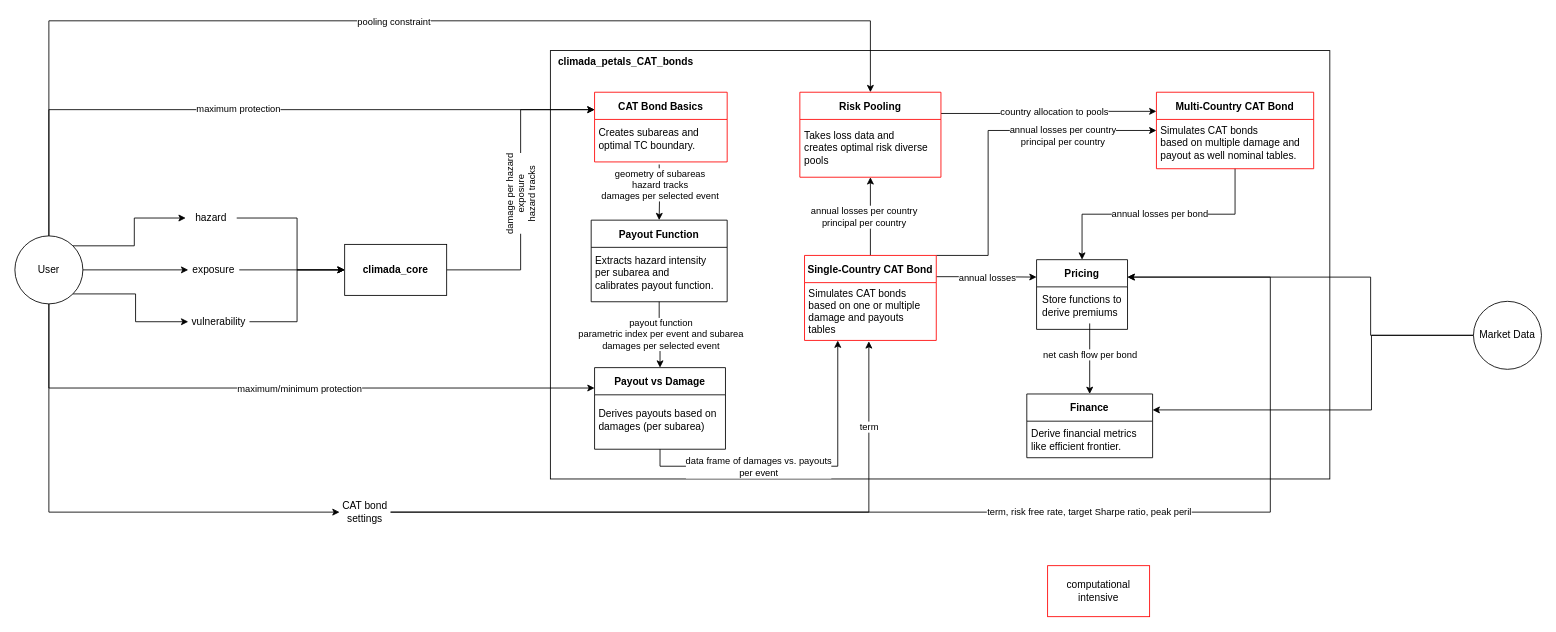
The draw.io diagram data_flow_climada_petals.drawio in KaiOBerg/master_thesis_cat_bonds, before the edit. Source tidied: cells renumbered, new cells numbered last; positions are measured from the earlier drawing's top-left corner, leaving out a move shared by most shapes. Both pictures are drawn from the tidied source at 85%, with x=0, y=0 at pixel (14, 20).
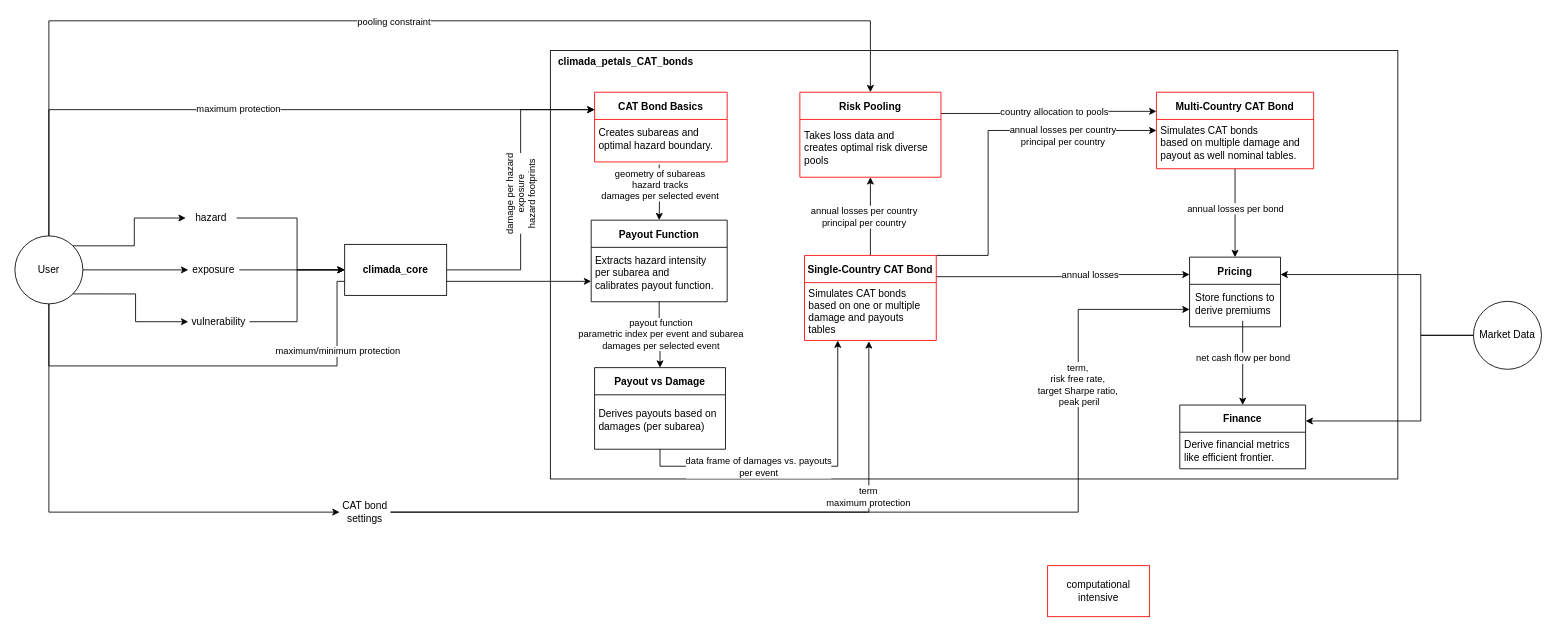
The same diagram, later.

The change refers to these unchanged cells:
```xml
<mxCell id="13" value="User" style="ellipse;whiteSpace=wrap;html=1;" parent="1" vertex="1">
  <mxGeometry y="253" width="80" height="80" as="geometry" />
</mxCell>
<mxCell id="27" style="edgeStyle=orthogonalEdgeStyle;rounded=0;jettySize=auto;html=1;entryX=0;entryY=0.25;entryDx=0;entryDy=0;" parent="1" edge="1" source="29" target="38">
  <mxGeometry relative="1" as="geometry" />
</mxCell>
<mxCell id="30" style="edgeStyle=orthogonalEdgeStyle;rounded=0;jettySize=auto;html=1;exitX=0.5;exitY=1;exitDx=0;exitDy=0;entryX=0.5;entryY=0;entryDx=0;entryDy=0;" parent="1" edge="1" source="56" target="32">
  <mxGeometry relative="1" as="geometry" />
</mxCell>
<mxCell id="36" value="Payout vs Damage" style="swimlane;startSize=32;align=center;" parent="1" vertex="1">
  <mxGeometry x="682" y="408" width="154" height="96" as="geometry" />
</mxCell>
<mxCell id="38" value="CAT Bond Basics" style="swimlane;startSize=32;align=center;strokeColor=#FF0000;" parent="1" vertex="1">
  <mxGeometry x="682" y="84" width="156" height="82" as="geometry" />
</mxCell>
<mxCell id="48" value="CAT bond settings" style="text;html=1;align=center;verticalAlign=middle;whiteSpace=wrap;rounded=0;" parent="1" vertex="1">
  <mxGeometry x="382" y="563" width="60" height="30" as="geometry" />
</mxCell>
<mxCell id="49" style="edgeStyle=orthogonalEdgeStyle;rounded=0;jettySize=auto;html=1;exitX=1;exitY=0.5;exitDx=0;exitDy=0;entryX=0.475;entryY=1.015;entryDx=0;entryDy=0;entryPerimeter=0;" parent="1" edge="1" source="48" target="26">
  <mxGeometry relative="1" as="geometry" />
</mxCell>
<mxCell id="61" value="Payout Function" style="swimlane;startSize=32;align=center;" parent="1" vertex="1">
  <mxGeometry x="678" y="234.5" width="160" height="96" as="geometry" />
</mxCell>
<mxCell id="67" value="Market Data" style="ellipse;whiteSpace=wrap;html=1;" parent="1" vertex="1">
  <mxGeometry x="1716" y="330" width="80" height="80" as="geometry" />
</mxCell>
```

The edit, as a diff of the source:
```diff
@@
     <mxCell id="2" style="rounded=0;whiteSpace=wrap;html=1;fillColor=none;align=center;labelPosition=center;verticalLabelPosition=top;verticalAlign=middle;" parent="1" vertex="1">
-      <mxGeometry x="630" y="35" width="917" height="504" as="geometry" />
+      <mxGeometry x="630" y="35" width="997" height="504" as="geometry" />
     </mxCell>
@@
-    <mxCell id="9" style="edgeStyle=orthogonalEdgeStyle;rounded=0;jettySize=auto;html=1;exitX=0.5;exitY=1;exitDx=0;exitDy=0;entryX=0;entryY=0.25;entryDx=0;entryDy=0;" parent="1" edge="1" source="13" target="36">
-      <mxGeometry relative="1" as="geometry" />
+    <mxCell id="9" style="edgeStyle=orthogonalEdgeStyle;rounded=0;jettySize=auto;html=1;exitX=0.5;exitY=1;exitDx=0;exitDy=0;entryX=0;entryY=0.75;entryDx=0;entryDy=0;" parent="1" edge="1" source="13" target="61">
+      <mxGeometry relative="1" as="geometry">
+        <Array as="points">
+          <mxPoint x="40" y="406" />
+          <mxPoint x="379" y="406" />
+          <mxPoint x="379" y="306" />
+        </Array>
+      </mxGeometry>
     </mxCell>
@@
-    <mxCell id="28" value="damage per hazard&lt;div&gt;exposure&lt;/div&gt;&lt;div&gt;hazard tracks&lt;/div&gt;" style="edgeLabel;html=1;align=center;verticalAlign=middle;rotation=-90;" parent="27" vertex="1">
+    <mxCell id="28" value="damage per hazard&lt;div&gt;exposure&lt;/div&gt;&lt;div&gt;hazard footprints&lt;/div&gt;" style="edgeLabel;html=1;align=center;verticalAlign=middle;rotation=-90;" parent="27" vertex="1">
       <mxGeometry x="-0.04" y="-1" relative="1" as="geometry">
         <mxPoint x="-2" y="-1" as="offset" />
       </mxGeometry>
     </mxCell>
@@
     <mxCell id="31" value="annual losses per bond" style="edgeLabel;html=1;align=center;verticalAlign=middle;" parent="30" vertex="1">
       <mxGeometry x="-0.36" relative="1" as="geometry">
-        <mxPoint x="-51" y="-1" as="offset" />
+        <mxPoint y="13" as="offset" />
       </mxGeometry>
     </mxCell>
     <mxCell id="32" value="Pricing" style="swimlane;startSize=32;align=center;" parent="1" vertex="1">
-      <mxGeometry x="1202" y="281" width="107" height="82" as="geometry" />
+      <mxGeometry x="1382" y="278" width="107" height="82" as="geometry" />
     </mxCell>
@@
-    <mxCell id="39" value="Creates subareas and&amp;nbsp;&lt;div&gt;optimal TC boundary.&lt;br&gt;&lt;/div&gt;" style="text;html=1;align=left;verticalAlign=middle;strokeColor=none;fillColor=none;" parent="38" vertex="1">
-      <mxGeometry x="3" y="35" width="139" height="40" as="geometry" />
+    <mxCell id="39" value="Creates subareas and&amp;nbsp;&lt;div&gt;optimal hazard boundary.&lt;br&gt;&lt;/div&gt;" style="text;html=1;align=left;verticalAlign=middle;strokeColor=none;fillColor=none;" parent="38" vertex="1">
+      <mxGeometry x="3" y="35" width="153" height="40" as="geometry" />
     </mxCell>
@@
-    <mxCell id="46" style="edgeStyle=orthogonalEdgeStyle;rounded=0;jettySize=auto;html=1;exitX=1;exitY=0.5;exitDx=0;exitDy=0;entryX=1;entryY=0.25;entryDx=0;entryDy=0;" parent="1" edge="1" source="48" target="32">
+    <mxCell id="46" style="edgeStyle=orthogonalEdgeStyle;rounded=0;jettySize=auto;html=1;exitX=1;exitY=0.5;exitDx=0;exitDy=0;entryX=0;entryY=0.75;entryDx=0;entryDy=0;" parent="1" edge="1" source="48" target="32">
       <mxGeometry relative="1" as="geometry">
         <Array as="points">
-          <mxPoint x="1477" y="578" />
-          <mxPoint x="1477" y="302" />
+          <mxPoint x="1251" y="578" />
+          <mxPoint x="1251" y="340" />
         </Array>
       </mxGeometry>
     </mxCell>
-    <mxCell id="47" value="term, risk free rate, target Sharpe ratio, peak peril" style="edgeLabel;html=1;align=center;verticalAlign=middle;" parent="46" vertex="1">
-      <mxGeometry x="0.11" y="1" relative="1" as="geometry" />
+    <mxCell id="47" value="term,&amp;nbsp;&lt;div&gt;risk free rate,&amp;nbsp;&lt;div&gt;target Sharpe ratio,&amp;nbsp;&lt;div&gt;peak peril&lt;br&gt;&lt;/div&gt;&lt;/div&gt;&lt;/div&gt;" style="edgeLabel;html=1;align=center;verticalAlign=middle;" parent="46" vertex="1">
+      <mxGeometry x="0.63" relative="1" as="geometry" />
     </mxCell>
@@
-    <mxCell id="50" value="term" style="edgeLabel;html=1;align=center;verticalAlign=middle;" parent="49" vertex="1">
+    <mxCell id="50" value="term&lt;div&gt;maximum protection&lt;/div&gt;" style="edgeLabel;html=1;align=center;verticalAlign=middle;" parent="49" vertex="1">
       <mxGeometry x="-0.29" y="-1" relative="1" as="geometry">
-        <mxPoint x="291" y="-102" as="offset" />
+        <mxPoint x="290" y="-20" as="offset" />
       </mxGeometry>
     </mxCell>
     <mxCell id="51" value="Finance" style="swimlane;startSize=32;align=center;" parent="1" vertex="1">
-      <mxGeometry x="1190.5" y="439" width="148" height="75" as="geometry" />
+      <mxGeometry x="1370.5" y="452" width="148" height="75" as="geometry" />
     </mxCell>
@@
+    <mxCell id="66" style="edgeStyle=orthogonalEdgeStyle;rounded=0;jettySize=auto;html=1;exitX=0;exitY=0.5;exitDx=0;exitDy=0;entryX=1;entryY=0.25;entryDx=0;entryDy=0;" parent="1" edge="1" source="67" target="51">
+      <mxGeometry relative="1" as="geometry">
+        <Array as="points">
+          <mxPoint x="1654" y="370" />
+          <mxPoint x="1654" y="471" />
+        </Array>
+      </mxGeometry>
+    </mxCell>
     <mxCell id="65" style="edgeStyle=orthogonalEdgeStyle;rounded=0;jettySize=auto;html=1;exitX=0;exitY=0.5;exitDx=0;exitDy=0;entryX=1;entryY=0.25;entryDx=0;entryDy=0;" parent="1" edge="1" source="67" target="32">
       <mxGeometry relative="1" as="geometry">
         <Array as="points">
-          <mxPoint x="1595" y="370" />
-          <mxPoint x="1595" y="302" />
+          <mxPoint x="1654" y="370" />
+          <mxPoint x="1654" y="299" />
         </Array>
       </mxGeometry>
     </mxCell>
-    <mxCell id="66" style="edgeStyle=orthogonalEdgeStyle;rounded=0;jettySize=auto;html=1;exitX=0;exitY=0.5;exitDx=0;exitDy=0;entryX=1;entryY=0.25;entryDx=0;entryDy=0;" parent="1" edge="1" source="67" target="51">
-      <mxGeometry relative="1" as="geometry">
-        <Array as="points">
-          <mxPoint x="1596" y="370" />
-          <mxPoint x="1596" y="458" />
-        </Array>
-      </mxGeometry>
-    </mxCell>
```
